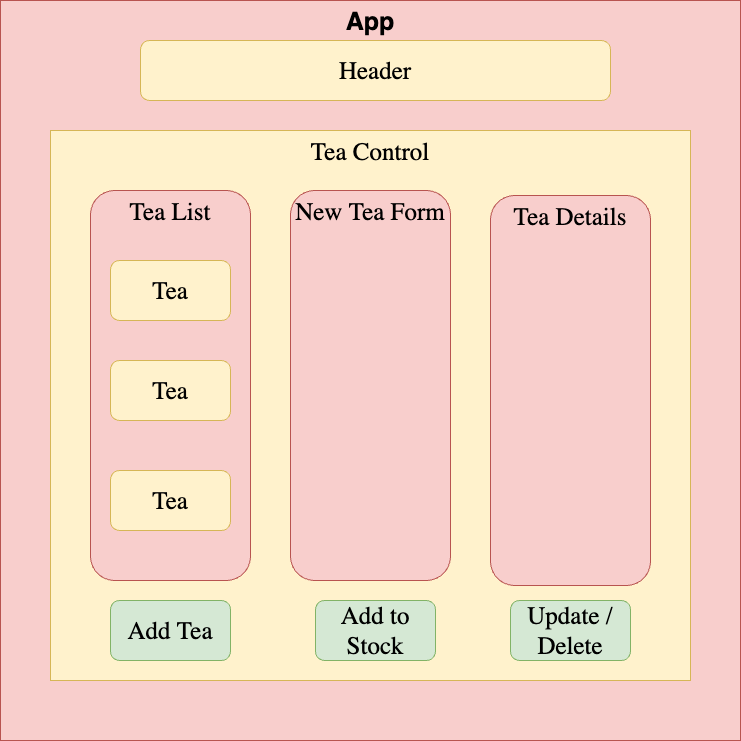
Before: src/img/teaDiagram.png, a diagram exported from draw.io (rosiegardner/rosies-tea-shop). Source tidied: cells renumbered, new cells last; positions are measured from the earlier drawing's top-left corner, leaving out a move shared by most shapes. Its diagram source:
```xml
<mxGraphModel>
  <root>
    <mxCell id="0" />
    <mxCell id="1" parent="0" />
    <mxCell id="2" value="&lt;b&gt;&lt;font style=&quot;font-size: 25px;&quot;&gt;App&lt;/font&gt;&lt;/b&gt;" style="whiteSpace=wrap;html=1;fillColor=#f8cecc;strokeColor=#b85450;verticalAlign=top;" parent="1" vertex="1">
      <mxGeometry width="740" height="740" as="geometry" />
    </mxCell>
    <mxCell id="3" value="&lt;font face=&quot;Lucida Console&quot;&gt;Header&lt;/font&gt;" style="rounded=1;whiteSpace=wrap;html=1;fontSize=25;fillColor=#fff2cc;strokeColor=#d6b656;" parent="1" vertex="1">
      <mxGeometry x="140" y="40" width="470" height="60" as="geometry" />
    </mxCell>
    <mxCell id="4" value="&lt;font face=&quot;Lucida Console&quot;&gt;Tea Control&lt;/font&gt;" style="rounded=0;whiteSpace=wrap;html=1;fontSize=25;fillColor=#fff2cc;strokeColor=#d6b656;verticalAlign=top;" parent="1" vertex="1">
      <mxGeometry x="50" y="130" width="640" height="550" as="geometry" />
    </mxCell>
    <mxCell id="5" value="Tea List" style="rounded=1;whiteSpace=wrap;html=1;fontFamily=Lucida Console;fontSize=25;fillColor=#f8cecc;strokeColor=#b85450;verticalAlign=top;" parent="1" vertex="1">
      <mxGeometry x="90" y="190" width="160" height="390" as="geometry" />
    </mxCell>
    <mxCell id="6" value="New Tea Form" style="rounded=1;whiteSpace=wrap;html=1;fontFamily=Lucida Console;fontSize=25;fillColor=#f8cecc;strokeColor=#b85450;verticalAlign=top;" parent="1" vertex="1">
      <mxGeometry x="290" y="190" width="160" height="390" as="geometry" />
    </mxCell>
    <mxCell id="7" value="Tea Details" style="rounded=1;whiteSpace=wrap;html=1;fontFamily=Lucida Console;fontSize=25;fillColor=#f8cecc;strokeColor=#b85450;verticalAlign=top;" parent="1" vertex="1">
      <mxGeometry x="490" y="195" width="160" height="390" as="geometry" />
    </mxCell>
    <mxCell id="8" value="Add Tea" style="rounded=1;whiteSpace=wrap;html=1;fontFamily=Lucida Console;fontSize=25;fillColor=#d5e8d4;strokeColor=#82b366;" parent="1" vertex="1">
      <mxGeometry x="110" y="600" width="120" height="60" as="geometry" />
    </mxCell>
    <mxCell id="9" value="Add to Stock" style="rounded=1;whiteSpace=wrap;html=1;fontFamily=Lucida Console;fontSize=25;fillColor=#d5e8d4;strokeColor=#82b366;" parent="1" vertex="1">
      <mxGeometry x="315" y="600" width="120" height="60" as="geometry" />
    </mxCell>
    <mxCell id="10" value="Update / Delete" style="rounded=1;whiteSpace=wrap;html=1;fontFamily=Lucida Console;fontSize=25;fillColor=#d5e8d4;strokeColor=#82b366;" parent="1" vertex="1">
      <mxGeometry x="510" y="600" width="120" height="60" as="geometry" />
    </mxCell>
    <mxCell id="11" value="Tea" style="rounded=1;whiteSpace=wrap;html=1;fontFamily=Lucida Console;fontSize=25;fillColor=#fff2cc;strokeColor=#d6b656;" parent="1" vertex="1">
      <mxGeometry x="110" y="260" width="120" height="60" as="geometry" />
    </mxCell>
    <mxCell id="12" value="Tea" style="rounded=1;whiteSpace=wrap;html=1;fontFamily=Lucida Console;fontSize=25;fillColor=#fff2cc;strokeColor=#d6b656;" parent="1" vertex="1">
      <mxGeometry x="110" y="360" width="120" height="60" as="geometry" />
    </mxCell>
    <mxCell id="13" value="Tea" style="rounded=1;whiteSpace=wrap;html=1;fontFamily=Lucida Console;fontSize=25;fillColor=#fff2cc;strokeColor=#d6b656;" parent="1" vertex="1">
      <mxGeometry x="110" y="470" width="120" height="60" as="geometry" />
    </mxCell>
  </root>
</mxGraphModel>
```
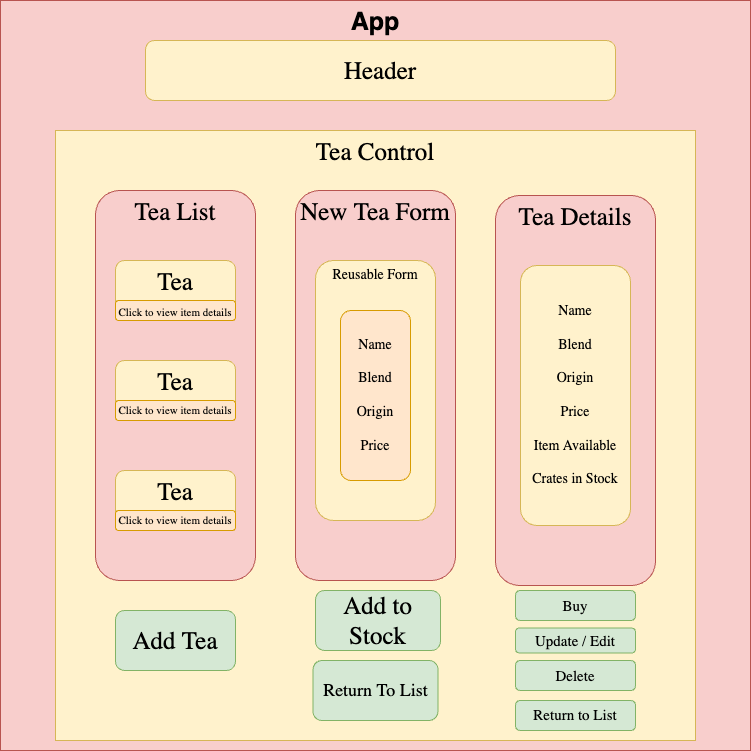
The same diagram one commit later.

Commit message:
update diagram img

What changed in the source:
```diff
@@ -3,13 +3,13 @@
     <mxCell id="0" />
     <mxCell id="1" parent="0" />
     <mxCell id="2" value="&lt;b&gt;&lt;font style=&quot;font-size: 25px;&quot;&gt;App&lt;/font&gt;&lt;/b&gt;" style="whiteSpace=wrap;html=1;fillColor=#f8cecc;strokeColor=#b85450;verticalAlign=top;" parent="1" vertex="1">
-      <mxGeometry width="740" height="740" as="geometry" />
+      <mxGeometry x="-5" width="750" height="750" as="geometry" />
     </mxCell>
     <mxCell id="3" value="&lt;font face=&quot;Lucida Console&quot;&gt;Header&lt;/font&gt;" style="rounded=1;whiteSpace=wrap;html=1;fontSize=25;fillColor=#fff2cc;strokeColor=#d6b656;" parent="1" vertex="1">
       <mxGeometry x="140" y="40" width="470" height="60" as="geometry" />
     </mxCell>
     <mxCell id="4" value="&lt;font face=&quot;Lucida Console&quot;&gt;Tea Control&lt;/font&gt;" style="rounded=0;whiteSpace=wrap;html=1;fontSize=25;fillColor=#fff2cc;strokeColor=#d6b656;verticalAlign=top;" parent="1" vertex="1">
-      <mxGeometry x="50" y="130" width="640" height="550" as="geometry" />
+      <mxGeometry x="50" y="130" width="640" height="610" as="geometry" />
     </mxCell>
     <mxCell id="5" value="Tea List" style="rounded=1;whiteSpace=wrap;html=1;fontFamily=Lucida Console;fontSize=25;fillColor=#f8cecc;strokeColor=#b85450;verticalAlign=top;" parent="1" vertex="1">
       <mxGeometry x="90" y="190" width="160" height="390" as="geometry" />
@@ -21,22 +21,52 @@
       <mxGeometry x="490" y="195" width="160" height="390" as="geometry" />
     </mxCell>
     <mxCell id="8" value="Add Tea" style="rounded=1;whiteSpace=wrap;html=1;fontFamily=Lucida Console;fontSize=25;fillColor=#d5e8d4;strokeColor=#82b366;" parent="1" vertex="1">
-      <mxGeometry x="110" y="600" width="120" height="60" as="geometry" />
+      <mxGeometry x="110" y="610" width="120" height="60" as="geometry" />
     </mxCell>
     <mxCell id="9" value="Add to Stock" style="rounded=1;whiteSpace=wrap;html=1;fontFamily=Lucida Console;fontSize=25;fillColor=#d5e8d4;strokeColor=#82b366;" parent="1" vertex="1">
-      <mxGeometry x="315" y="600" width="120" height="60" as="geometry" />
+      <mxGeometry x="310" y="590" width="125" height="60" as="geometry" />
     </mxCell>
-    <mxCell id="10" value="Update / Delete" style="rounded=1;whiteSpace=wrap;html=1;fontFamily=Lucida Console;fontSize=25;fillColor=#d5e8d4;strokeColor=#82b366;" parent="1" vertex="1">
-      <mxGeometry x="510" y="600" width="120" height="60" as="geometry" />
+    <mxCell id="10" value="&lt;font style=&quot;font-size: 15px;&quot;&gt;Buy&lt;/font&gt;" style="rounded=1;whiteSpace=wrap;html=1;fontFamily=Lucida Console;fontSize=25;fillColor=#d5e8d4;strokeColor=#82b366;verticalAlign=bottom;" parent="1" vertex="1">
+      <mxGeometry x="510" y="590" width="120" height="30" as="geometry" />
     </mxCell>
-    <mxCell id="11" value="Tea" style="rounded=1;whiteSpace=wrap;html=1;fontFamily=Lucida Console;fontSize=25;fillColor=#fff2cc;strokeColor=#d6b656;" parent="1" vertex="1">
+    <mxCell id="11" value="Tea" style="rounded=1;whiteSpace=wrap;html=1;fontFamily=Lucida Console;fontSize=25;fillColor=#fff2cc;strokeColor=#d6b656;verticalAlign=top;" parent="1" vertex="1">
       <mxGeometry x="110" y="260" width="120" height="60" as="geometry" />
     </mxCell>
-    <mxCell id="12" value="Tea" style="rounded=1;whiteSpace=wrap;html=1;fontFamily=Lucida Console;fontSize=25;fillColor=#fff2cc;strokeColor=#d6b656;" parent="1" vertex="1">
+    <mxCell id="12" value="Tea" style="rounded=1;whiteSpace=wrap;html=1;fontFamily=Lucida Console;fontSize=25;fillColor=#fff2cc;strokeColor=#d6b656;verticalAlign=top;" parent="1" vertex="1">
       <mxGeometry x="110" y="360" width="120" height="60" as="geometry" />
     </mxCell>
-    <mxCell id="13" value="Tea" style="rounded=1;whiteSpace=wrap;html=1;fontFamily=Lucida Console;fontSize=25;fillColor=#fff2cc;strokeColor=#d6b656;" parent="1" vertex="1">
+    <mxCell id="13" value="Tea" style="rounded=1;whiteSpace=wrap;html=1;fontFamily=Lucida Console;fontSize=25;fillColor=#fff2cc;strokeColor=#d6b656;verticalAlign=top;" parent="1" vertex="1">
       <mxGeometry x="110" y="470" width="120" height="60" as="geometry" />
     </mxCell>
+    <mxCell id="14" value="&lt;font style=&quot;font-size: 18px;&quot;&gt;Return To List&lt;/font&gt;" style="rounded=1;whiteSpace=wrap;html=1;fontFamily=Lucida Console;fontSize=12;fillColor=#d5e8d4;strokeColor=#82b366;" parent="1" vertex="1">
+      <mxGeometry x="307.5" y="660" width="125" height="60" as="geometry" />
+    </mxCell>
+    <mxCell id="15" value="&lt;font style=&quot;font-size: 15px;&quot;&gt;Update / Edit&lt;/font&gt;" style="rounded=1;whiteSpace=wrap;html=1;fontFamily=Lucida Console;fontSize=18;fillColor=#d5e8d4;strokeColor=#82b366;" parent="1" vertex="1">
+      <mxGeometry x="510" y="627.5" width="120" height="25" as="geometry" />
+    </mxCell>
+    <mxCell id="16" value="&lt;font style=&quot;font-size: 15px;&quot;&gt;Delete&lt;/font&gt;" style="rounded=1;whiteSpace=wrap;html=1;fontFamily=Lucida Console;fontSize=18;fillColor=#d5e8d4;strokeColor=#82b366;" parent="1" vertex="1">
+      <mxGeometry x="510" y="660" width="120" height="30" as="geometry" />
+    </mxCell>
+    <mxCell id="17" value="&lt;font style=&quot;font-size: 11px;&quot;&gt;Click to view item details&lt;/font&gt;" style="rounded=1;whiteSpace=wrap;html=1;fontFamily=Lucida Console;fontSize=19;fillColor=#ffe6cc;strokeColor=#d79b00;" parent="1" vertex="1">
+      <mxGeometry x="110" y="300" width="120" height="20" as="geometry" />
+    </mxCell>
+    <mxCell id="18" value="Click to view item details" style="rounded=1;whiteSpace=wrap;html=1;fontFamily=Lucida Console;fontSize=11;fillColor=#ffe6cc;strokeColor=#d79b00;" parent="1" vertex="1">
+      <mxGeometry x="110" y="400" width="120" height="20" as="geometry" />
+    </mxCell>
+    <mxCell id="19" value="Click to view item details" style="rounded=1;whiteSpace=wrap;html=1;fontFamily=Lucida Console;fontSize=11;fillColor=#ffe6cc;strokeColor=#d79b00;" parent="1" vertex="1">
+      <mxGeometry x="110" y="510" width="120" height="20" as="geometry" />
+    </mxCell>
+    <mxCell id="20" value="&lt;font style=&quot;font-size: 14px;&quot;&gt;Reusable Form&lt;/font&gt;" style="rounded=1;whiteSpace=wrap;html=1;fontFamily=Lucida Console;fontSize=11;fillColor=#fff2cc;strokeColor=#d6b656;verticalAlign=top;" parent="1" vertex="1">
+      <mxGeometry x="310" y="260" width="120" height="260" as="geometry" />
+    </mxCell>
+    <mxCell id="21" value="&lt;font style=&quot;font-size: 15px;&quot;&gt;Return to List&lt;/font&gt;" style="rounded=1;whiteSpace=wrap;html=1;fontFamily=Lucida Console;fontSize=11;fillColor=#d5e8d4;strokeColor=#82b366;" parent="1" vertex="1">
+      <mxGeometry x="510" y="700" width="120" height="30" as="geometry" />
+    </mxCell>
+    <mxCell id="22" value="Name&lt;br&gt;&lt;br&gt;Blend&lt;br&gt;&lt;br&gt;Origin&lt;br&gt;&lt;br&gt;Price" style="rounded=1;whiteSpace=wrap;html=1;fontFamily=Lucida Console;fontSize=14;fillColor=#ffe6cc;strokeColor=#d79b00;" parent="1" vertex="1">
+      <mxGeometry x="335" y="310" width="70" height="170" as="geometry" />
+    </mxCell>
+    <mxCell id="23" value="Name&lt;br&gt;&lt;br&gt;Blend&lt;br&gt;&lt;br&gt;Origin&lt;br&gt;&lt;br&gt;Price&lt;br&gt;&lt;br&gt;Item Available&lt;br&gt;&lt;br&gt;Crates in Stock" style="rounded=1;whiteSpace=wrap;html=1;fontFamily=Lucida Console;fontSize=14;fillColor=#fff2cc;strokeColor=#d6b656;" parent="1" vertex="1">
+      <mxGeometry x="515" y="265" width="110" height="260" as="geometry" />
+    </mxCell>
   </root>
 </mxGraphModel>
```
